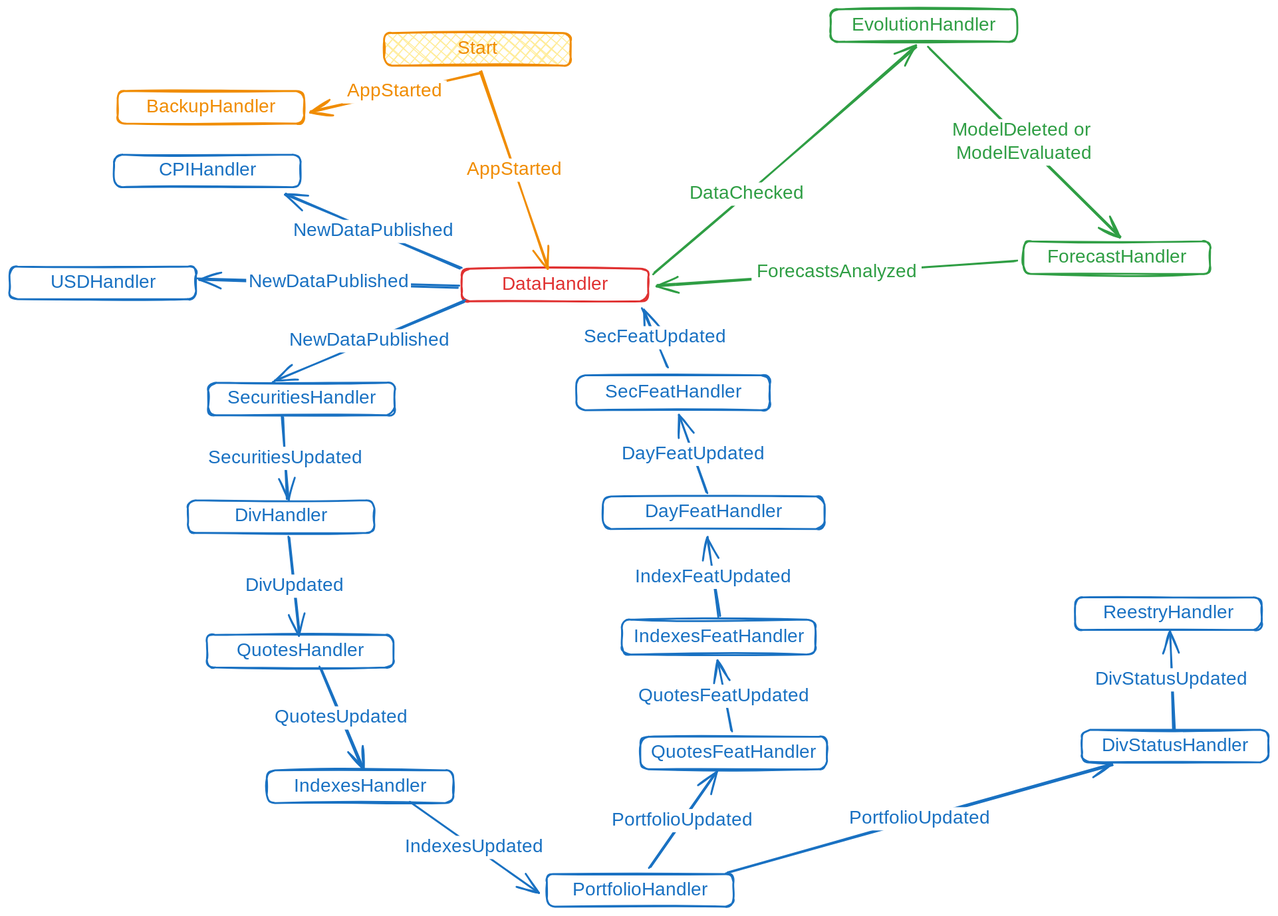
Earlier version of the Excalidraw export docs/.excalidraw.svg (WLM1ke/poptimizer). Source tidied: one line per element, renumbered; positions are measured from the earlier drawing's top-left corner, leaving out a move shared by most shapes.
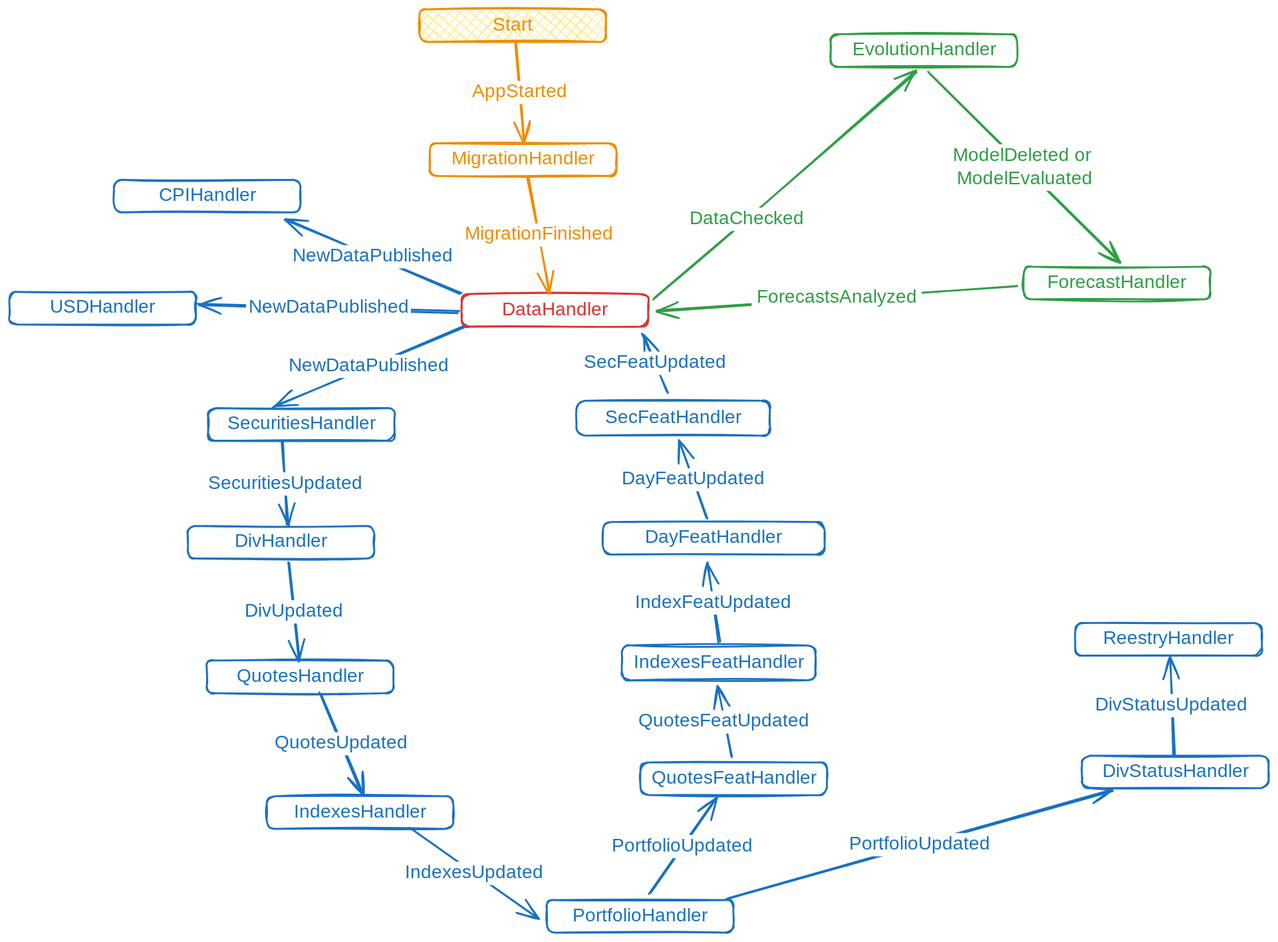
Later version of the same file.

The edit, as a diff of the source:
```diff
@@ -20,13 +20,13 @@
 {"id": 19, "type": "text", "text": "DivHandler", "strokeColor": "#1971c2", "strokeWidth": 2, "roughness": 1, "fontSize": 20, "fontFamily": 1, "textAlign": "center", "verticalAlign": "middle", "inside": 18, "x": 242, "y": 533, "width": 100, "height": 25}
 {"id": 20, "type": "arrow", "strokeColor": "#1971c2", "strokeWidth": 2, "roughness": 1, "endArrowhead": "arrow", "round": true, "from": 14, "to": 18, "x": 294, "y": 438, "width": 5, "height": 88, "points": [[0, 0], [5, 88]]}
 {"id": 21, "type": "text", "text": "SecuritiesUpdated", "strokeColor": "#1971c2", "strokeWidth": 2, "roughness": 1, "fontSize": 20, "fontFamily": 1, "textAlign": "center", "verticalAlign": "middle", "inside": 20, "x": 354, "y": 545, "width": 177, "height": 25}
-{"id": 22, "type": "rectangle", "strokeColor": "#f08c00", "strokeWidth": 2, "roughness": 1, "round": true, "x": 116, "y": 88, "width": 200, "height": 35}
+{"id": 22, "type": "rectangle", "strokeColor": "#f08c00", "strokeWidth": 2, "roughness": 1, "round": true, "x": 452, "y": 117, "width": 200, "height": 35}
-{"id": 23, "type": "text", "text": "BackupHandler", "strokeColor": "#f08c00", "strokeWidth": 2, "roughness": 1, "fontSize": 20, "fontFamily": 1, "textAlign": "center", "verticalAlign": "middle", "inside": 22, "x": 147, "y": 93, "width": 139, "height": 25}
+{"id": 23, "type": "text", "text": "MigrationHandler", "strokeColor": "#f08c00", "strokeWidth": 2, "roughness": 1, "fontSize": 20, "fontFamily": 1, "textAlign": "center", "verticalAlign": "middle", "inside": 22, "x": 473, "y": 122, "width": 158, "height": 25}
-{"id": 24, "type": "rectangle", "strokeColor": "#f08c00", "backgroundColor": "#ffec99", "fillStyle": "cross-hatch", "strokeWidth": 2, "roughness": 1, "round": true, "x": 402, "y": 26, "width": 200, "height": 35}
+{"id": 24, "type": "rectangle", "strokeColor": "#f08c00", "backgroundColor": "#ffec99", "fillStyle": "cross-hatch", "strokeWidth": 2, "roughness": 1, "round": true, "x": 440, "y": -27, "width": 200, "height": 35}
-{"id": 25, "type": "text", "text": "Start", "strokeColor": "#f08c00", "strokeWidth": 2, "roughness": 1, "fontSize": 20, "fontFamily": 1, "textAlign": "center", "verticalAlign": "middle", "inside": 24, "x": 474, "y": 31, "width": 57, "height": 25}
+{"id": 25, "type": "text", "text": "Start", "strokeColor": "#f08c00", "strokeWidth": 2, "roughness": 1, "fontSize": 20, "fontFamily": 1, "textAlign": "center", "verticalAlign": "middle", "inside": 24, "x": 512, "y": -22, "width": 57, "height": 25}
-{"id": 26, "type": "arrow", "strokeColor": "#f08c00", "strokeWidth": 2, "roughness": 1, "endArrowhead": "arrow", "round": true, "from": 24, "x": 506, "y": 67, "width": 73, "height": 212, "points": [[0, 0], [73, 212]]}
+{"id": 26, "type": "arrow", "strokeColor": "#f08c00", "strokeWidth": 2, "roughness": 1, "endArrowhead": "arrow", "round": true, "from": 22, "to": 0, "x": 557, "y": 152, "width": 24, "height": 126, "points": [[0, 0], [24, 126]]}
-{"id": 27, "type": "text", "text": "AppStarted", "strokeColor": "#f08c00", "strokeWidth": 2, "roughness": 1, "fontSize": 20, "fontFamily": 1, "textAlign": "center", "verticalAlign": "middle", "inside": 26, "x": 487, "y": 160, "width": 112, "height": 25}
+{"id": 27, "type": "text", "text": "MigrationFinished", "strokeColor": "#f08c00", "strokeWidth": 2, "roughness": 1, "fontSize": 20, "fontFamily": 1, "textAlign": "center", "verticalAlign": "middle", "inside": 26, "x": 489, "y": 203, "width": 160, "height": 25}
-{"id": 28, "type": "arrow", "strokeColor": "#f08c00", "strokeWidth": 2, "roughness": 1, "endArrowhead": "arrow", "round": true, "from": 24, "to": 22, "x": 505, "y": 68, "width": 182, "height": 42, "points": [[0, 0], [-182, 42]]}
+{"id": 28, "type": "arrow", "strokeColor": "#f08c00", "strokeWidth": 2, "roughness": 1, "endArrowhead": "arrow", "round": true, "from": 24, "to": 22, "x": 544, "y": 9, "width": 8, "height": 107, "points": [[0, 0], [8, 107]]}
 {"id": 29, "type": "text", "text": "AppStarted", "strokeColor": "#f08c00", "strokeWidth": 2, "roughness": 1, "fontSize": 20, "fontFamily": 1, "textAlign": "center", "verticalAlign": "middle", "inside": 28, "x": 358, "y": 76, "width": 112, "height": 25}
 {"id": 30, "type": "rectangle", "strokeColor": "#1971c2", "strokeWidth": 2, "roughness": 1, "round": true, "x": 212, "y": 672, "width": 200, "height": 35}
 {"id": 31, "type": "text", "text": "QuotesHandler", "strokeColor": "#1971c2", "strokeWidth": 2, "roughness": 1, "fontSize": 20, "fontFamily": 1, "textAlign": "center", "verticalAlign": "middle", "inside": 30, "x": 243, "y": 677, "width": 140, "height": 25}
```
